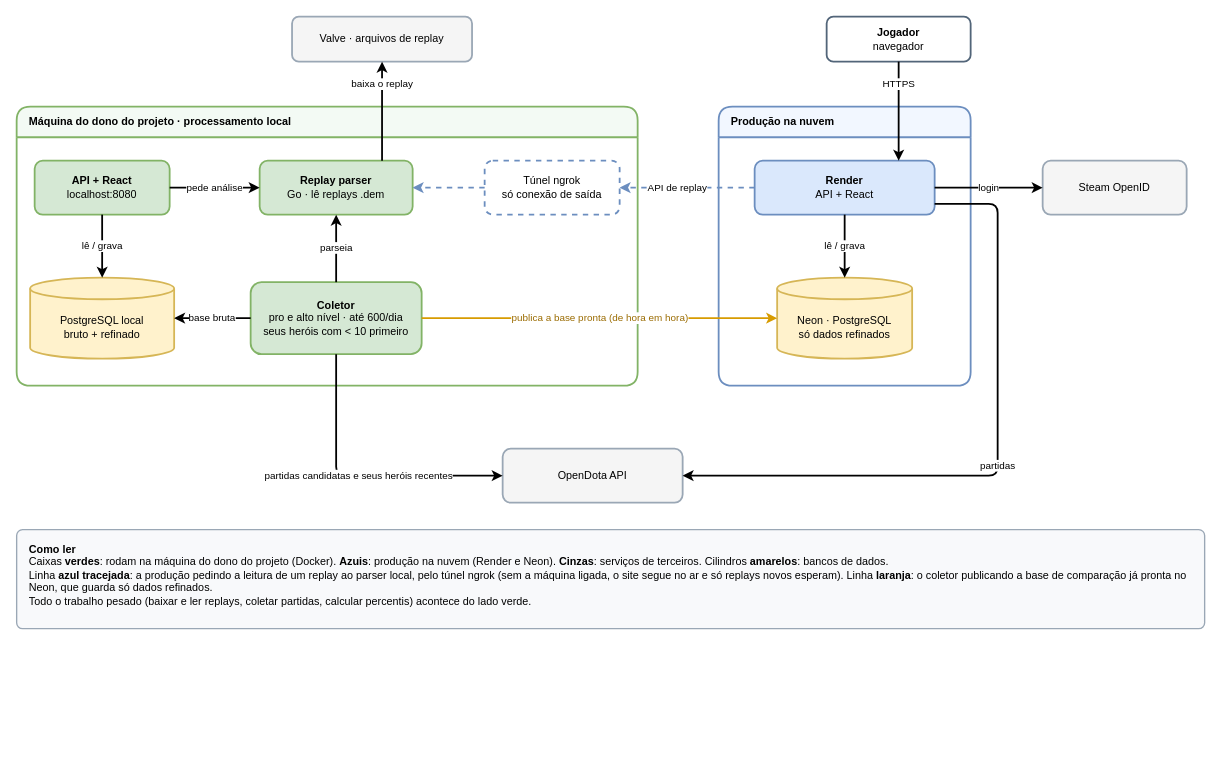
Above: page "1. Arquitetura" (1 of 7) of docs/diagrams/dotaanalyst.drawio in andreomorg/dota_analyst (draw.io), before the change. Source tidied: cells renumbered, new cells numbered last; positions are measured from the earlier drawing's top-left corner, leaving out a move shared by most shapes. Both pictures are drawn from the tidied source at 90%, with x=0, y=0 at pixel (16, 16).
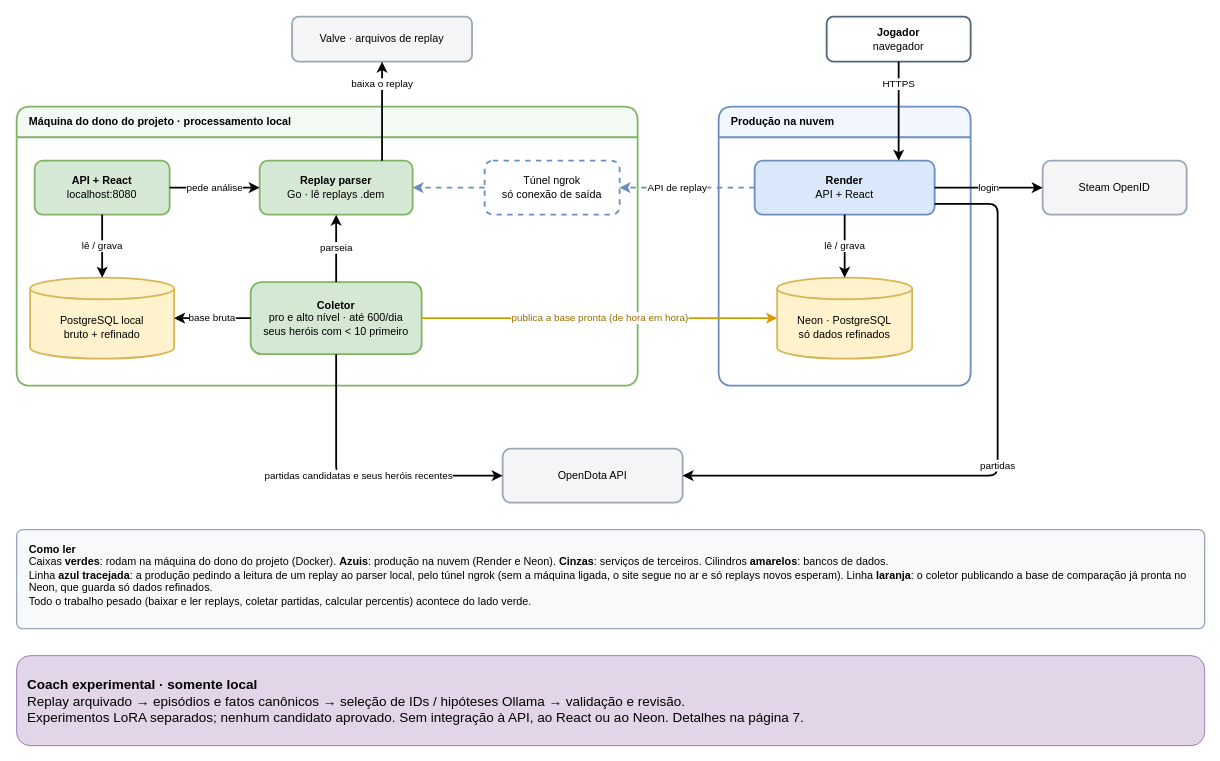
After the change.

What changed in the source:
```diff
@@
+    <mxCell id="29" value="&lt;b&gt;Coach experimental · somente local&lt;/b&gt;&lt;br&gt;Replay arquivado → episódios e fatos canônicos → seleção de IDs / hipóteses Ollama → validação e revisão.&lt;br&gt;Experimentos LoRA separados; nenhum candidato aprovado. Sem integração à API, ao React ou ao Neon. Detalhes na página 7." style="rounded=1;whiteSpace=wrap;html=1;fontSize=15;spacing=12;fillColor=#e1d5e7;strokeColor=#9673a6;align=left;" parent="1" vertex="1">
+      <mxGeometry y="710" width="1320" height="100" as="geometry" />
+    </mxCell>
```
